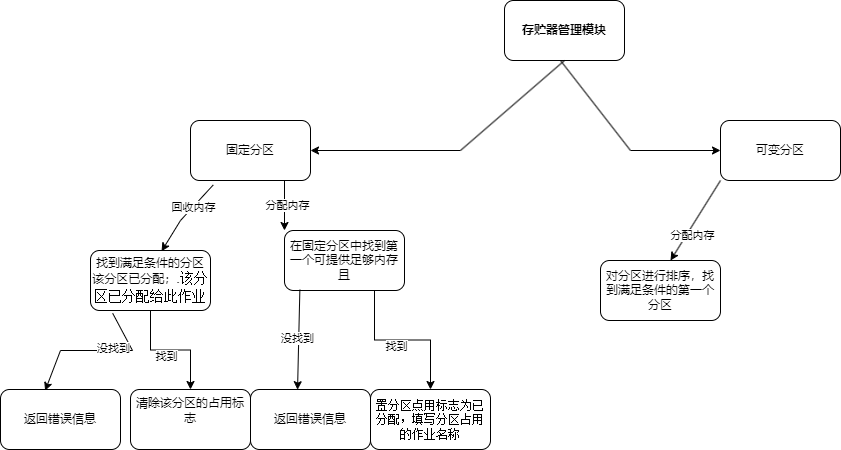
Earlier version of the draw.io export draw.io/存贮器管理模块设计.drawio.png (Nessential/draw.io). Source tidied: cells renumbered, new cells last; positions are measured from the earlier drawing's top-left corner, leaving out a move shared by most shapes.
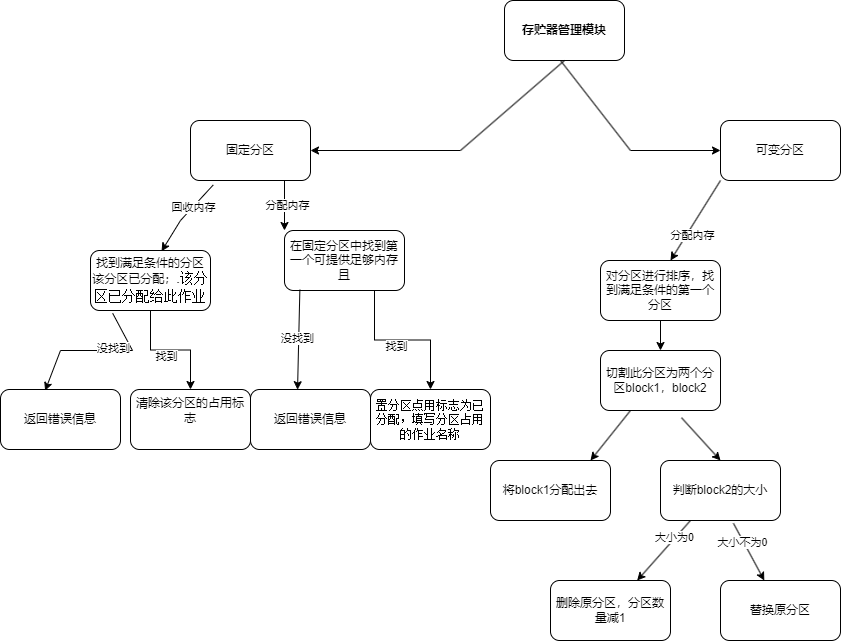
Later version of the same file.

Commit message:
更新存贮器管理模块设计.drawio.png

The edit, as a diff of the source:
```diff
@@ -109,8 +109,50 @@
     <mxCell id="28" value="分配内存" style="edgeLabel;html=1;align=center;verticalAlign=middle;" parent="27" vertex="1">
       <mxGeometry x="0.29" y="5" relative="1" as="geometry" />
     </mxCell>
+    <mxCell id="30" style="edgeStyle=orthogonalEdgeStyle;rounded=0;jettySize=auto;html=1;" parent="1" edge="1" source="29" target="31">
+      <mxGeometry relative="1" as="geometry" />
+    </mxCell>
     <mxCell id="29" value="对分区进行排序，找到满足条件的第一个分区" style="rounded=1;whiteSpace=wrap;html=1;" parent="1" vertex="1">
       <mxGeometry x="600" y="260" width="120" height="60" as="geometry" />
     </mxCell>
+    <mxCell id="31" value="切割此分区为两个分区block1，block2" style="whiteSpace=wrap;html=1;rounded=1;" parent="1" vertex="1">
+      <mxGeometry x="600" y="350" width="120" height="60" as="geometry" />
+    </mxCell>
+    <mxCell id="32" style="endArrow=classic;html=1;rounded=0;exitX=0.25;exitY=1;exitDx=0;exitDy=0;" parent="1" edge="1" source="31">
+      <mxGeometry relative="1" as="geometry">
+        <mxPoint x="590" y="460" as="targetPoint" />
+      </mxGeometry>
+    </mxCell>
+    <mxCell id="33" value="将block1分配出去" style="rounded=1;whiteSpace=wrap;html=1;" parent="1" vertex="1">
+      <mxGeometry x="490" y="460" width="120" height="60" as="geometry" />
+    </mxCell>
+    <mxCell id="34" value="判断block2的大小" style="rounded=1;whiteSpace=wrap;html=1;" parent="1" vertex="1">
+      <mxGeometry x="660" y="460" width="120" height="60" as="geometry" />
+    </mxCell>
+    <mxCell id="35" style="endArrow=classic;html=1;rounded=0;exitX=0.675;exitY=1.12;exitDx=0;exitDy=0;exitPerimeter=0;entryX=0.5;entryY=0;entryDx=0;entryDy=0;" parent="1" edge="1" source="31" target="34">
+      <mxGeometry relative="1" as="geometry" />
+    </mxCell>
+    <mxCell id="36" style="endArrow=classic;html=1;rounded=0;exitX=0.25;exitY=1;exitDx=0;exitDy=0;" parent="1" edge="1" source="34" target="38">
+      <mxGeometry relative="1" as="geometry" />
+    </mxCell>
+    <mxCell id="37" value="大小为0" style="edgeLabel;html=1;align=center;verticalAlign=middle;" parent="36" vertex="1">
+      <mxGeometry x="-0.42" y="-2" relative="1" as="geometry">
+        <mxPoint y="1" as="offset" />
+      </mxGeometry>
+    </mxCell>
+    <mxCell id="38" value="删除原分区，分区数量减1" style="rounded=1;whiteSpace=wrap;html=1;" parent="1" vertex="1">
+      <mxGeometry x="550" y="580" width="120" height="60" as="geometry" />
+    </mxCell>
+    <mxCell id="39" style="endArrow=classic;html=1;rounded=0;exitX=0.608;exitY=1.047;exitDx=0;exitDy=0;exitPerimeter=0;" parent="1" edge="1" source="34" target="41">
+      <mxGeometry relative="1" as="geometry" />
+    </mxCell>
+    <mxCell id="40" value="大小不为0" style="edgeLabel;html=1;align=center;verticalAlign=middle;" parent="39" vertex="1">
+      <mxGeometry x="-0.37" y="-1" relative="1" as="geometry">
+        <mxPoint y="1" as="offset" />
+      </mxGeometry>
+    </mxCell>
+    <mxCell id="41" value="替换原分区" style="rounded=1;whiteSpace=wrap;html=1;" parent="1" vertex="1">
+      <mxGeometry x="720" y="580" width="120" height="60" as="geometry" />
+    </mxCell>
   </root>
 </mxGraphModel>
```
